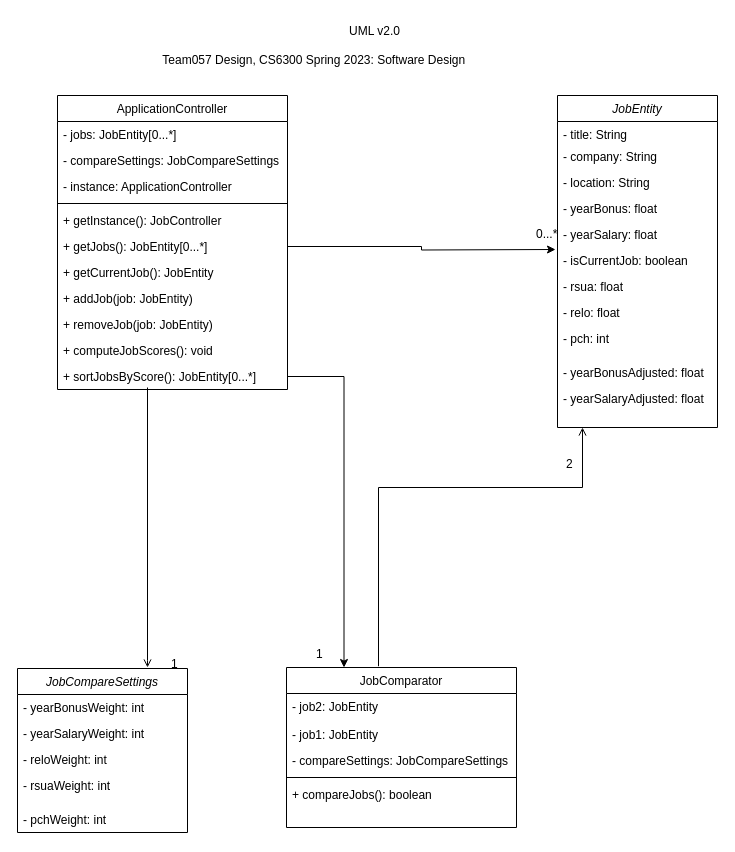
Before: GroupProject/Design-Team/app_design.drawio in cheny-414/JobCompareApp, a draw.io diagram. Source tidied: cells renumbered, new cells numbered last; positions are measured from the earlier drawing's top-left corner, leaving out a move shared by most shapes. Both pictures are drawn from the tidied source at 100%, with x=0, y=0 at pixel (17, 17).
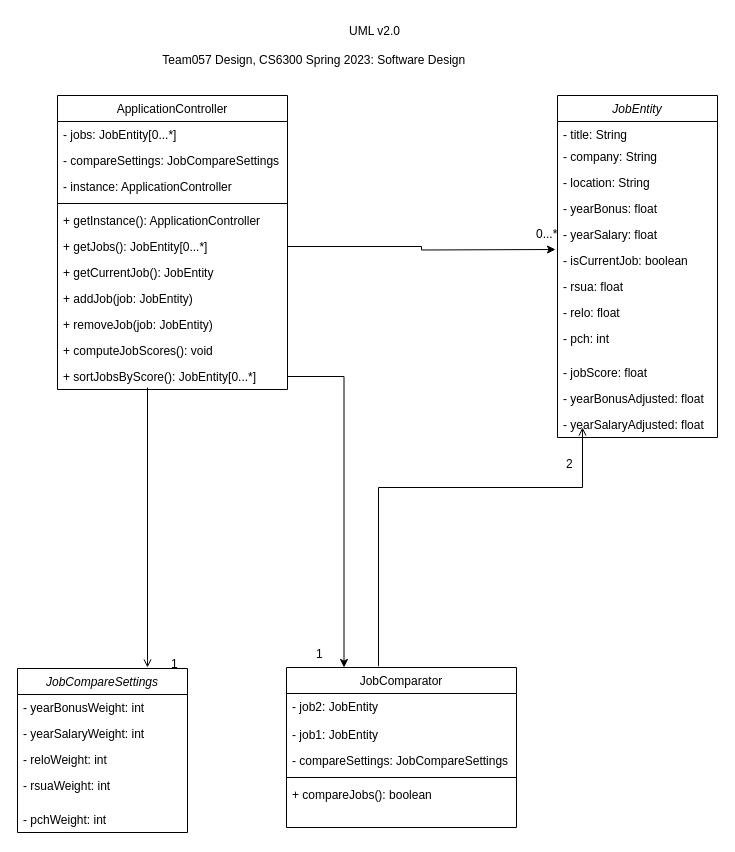
After the change.

The change refers to these unchanged cells:
```xml
<mxCell id="15" value="ApplicationController" style="swimlane;fontStyle=0;align=center;verticalAlign=top;horizontal=1;startSize=26;rounded=0;shadow=0;strokeWidth=1;" parent="1" vertex="1">
  <mxGeometry x="40" y="78" width="230" height="294" as="geometry" />
</mxCell>
```

The edit, as a diff of the source:
```diff
@@
     <mxCell id="2" value="JobEntity" style="swimlane;fontStyle=2;align=center;verticalAlign=top;horizontal=1;startSize=26;rounded=0;shadow=0;strokeWidth=1;" parent="1" vertex="1">
-      <mxGeometry x="540" y="78" width="160" height="332" as="geometry" />
+      <mxGeometry x="540" y="78" width="160" height="342" as="geometry" />
     </mxCell>
@@
+    <mxCell id="52" value="- jobScore: float" style="text;align=left;verticalAlign=top;spacingLeft=4;spacingRight=4;overflow=hidden;" parent="2" vertex="1">
+      <mxGeometry y="264" width="160" height="26" as="geometry" />
+    </mxCell>
     <mxCell id="13" value="- yearBonusAdjusted: float" style="text;align=left;verticalAlign=top;spacingLeft=4;spacingRight=4;overflow=hidden;" parent="2" vertex="1">
-      <mxGeometry y="264" width="160" height="26" as="geometry" />
+      <mxGeometry y="290" width="160" height="26" as="geometry" />
     </mxCell>
     <mxCell id="14" value="- yearSalaryAdjusted: float" style="text;align=left;verticalAlign=top;spacingLeft=4;spacingRight=4;overflow=hidden;" parent="2" vertex="1">
-      <mxGeometry y="290" width="160" height="26" as="geometry" />
+      <mxGeometry y="316" width="160" height="26" as="geometry" />
     </mxCell>
@@
-    <mxCell id="20" value="+ getInstance(): JobController" style="text;align=left;verticalAlign=top;spacingLeft=4;spacingRight=4;overflow=hidden;" parent="15" vertex="1">
+    <mxCell id="20" value="+ getInstance(): ApplicationController" style="text;align=left;verticalAlign=top;spacingLeft=4;spacingRight=4;overflow=hidden;" parent="15" vertex="1">
       <mxGeometry y="112" width="230" height="26" as="geometry" />
     </mxCell>
```
